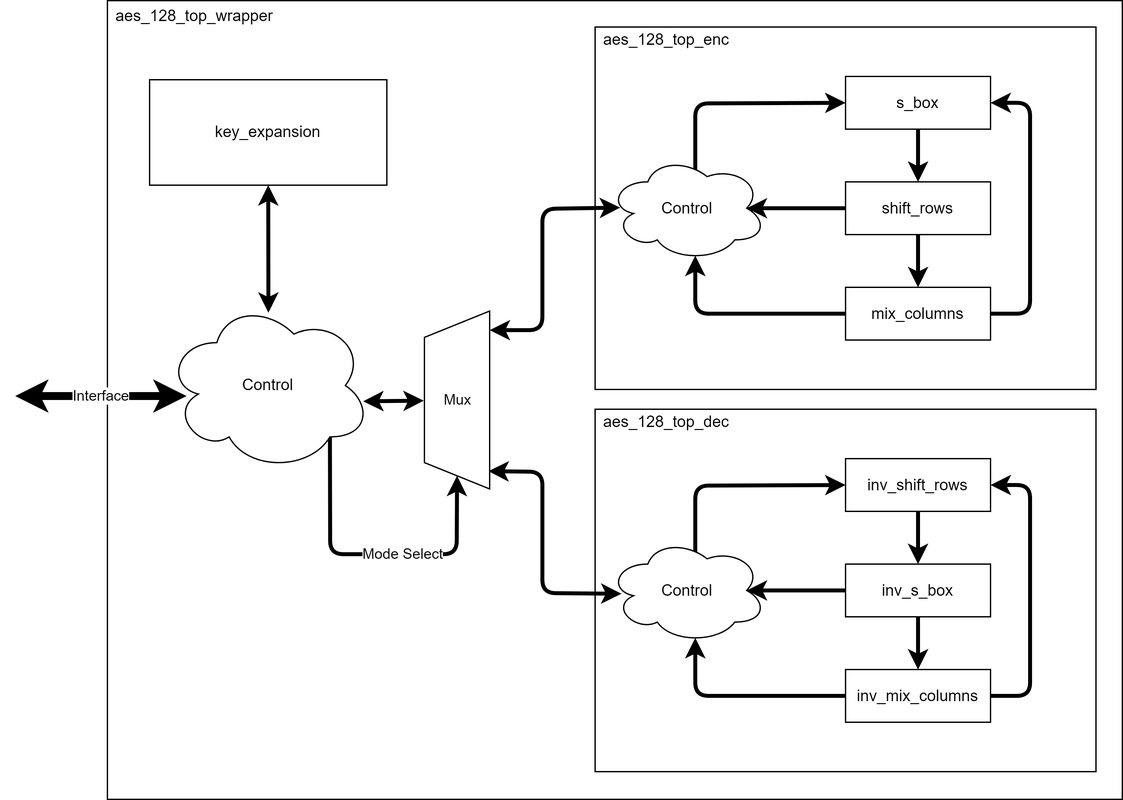
Above: doc/figures/block_diagram.drawio.png in Blinerator/aes-128-fpga (draw.io), before the change. Source tidied: cells renumbered, new cells last; positions are measured from the earlier drawing's top-left corner, leaving out a move shared by most shapes.
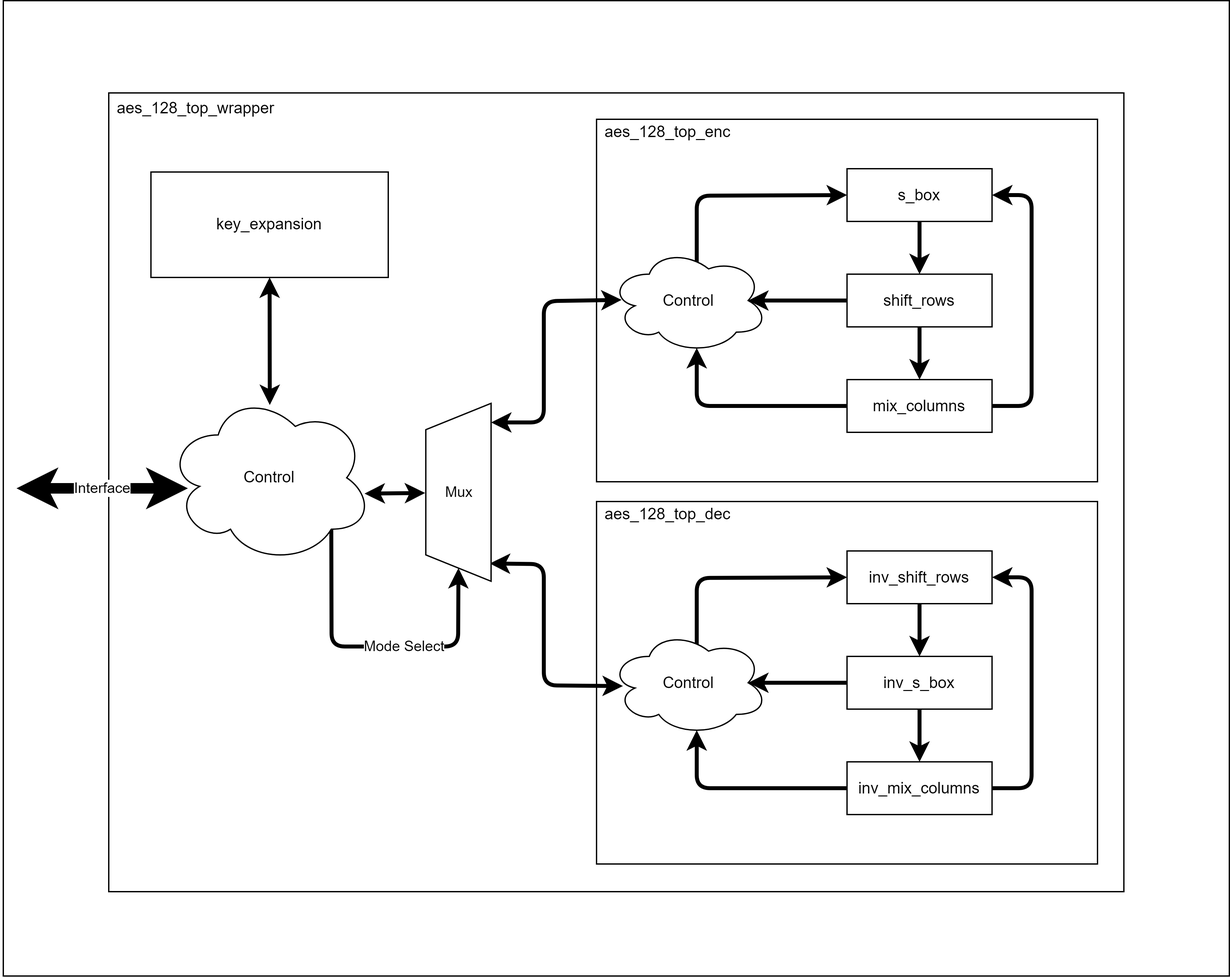
The same file after the commit.

Commit message:
Enhanced bd image clarity

What changed in the source:
```diff
@@ -2,6 +2,9 @@
   <root>
     <mxCell id="0" />
     <mxCell id="1" parent="0" />
+    <mxCell id="38" style="rounded=0;whiteSpace=wrap;html=1;labelPosition=left;verticalLabelPosition=top;align=right;verticalAlign=bottom;spacing=-19;spacingRight=-107;" parent="1" vertex="1">
+      <mxGeometry x="-10" y="-70" width="930" height="740" as="geometry" />
+    </mxCell>
     <mxCell id="2" value="aes_128_top_wrapper" style="rounded=0;whiteSpace=wrap;html=1;labelPosition=left;verticalLabelPosition=top;align=right;verticalAlign=bottom;spacing=-19;spacingRight=-107;" parent="1" vertex="1">
       <mxGeometry x="70" width="770" height="606" as="geometry" />
     </mxCell>
@@ -128,7 +131,7 @@
     <mxCell id="32" value="inv_shift_rows" style="rounded=0;whiteSpace=wrap;html=1;" parent="20" vertex="1">
       <mxGeometry x="190" y="37.5" width="110" height="40" as="geometry" />
     </mxCell>
-    <mxCell id="33" value="Interface" style="endArrow=classic;startArrow=classic;html=1;strokeWidth=6;" parent="1" edge="1">
+    <mxCell id="33" value="Interface" style="endArrow=classic;startArrow=classic;html=1;strokeWidth=8;" parent="1" edge="1">
       <mxGeometry relative="1" as="geometry">
         <mxPoint x="130" y="300" as="sourcePoint" />
         <mxPoint y="300" as="targetPoint" />
```
